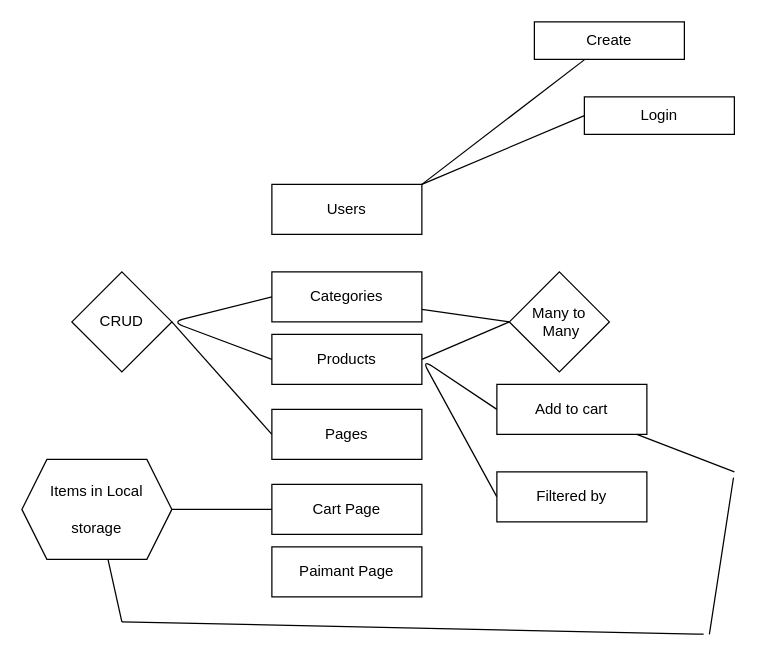
Earlier version of the draw.io diagram Untitled Diagram.drawio (Tanzorr/css3start). Source tidied: cells renumbered, new cells numbered last; positions are measured from the earlier drawing's top-left corner, leaving out a move shared by most shapes. Both pictures are drawn from the tidied source at 125%, with x=0, y=0 at pixel (21, 21).
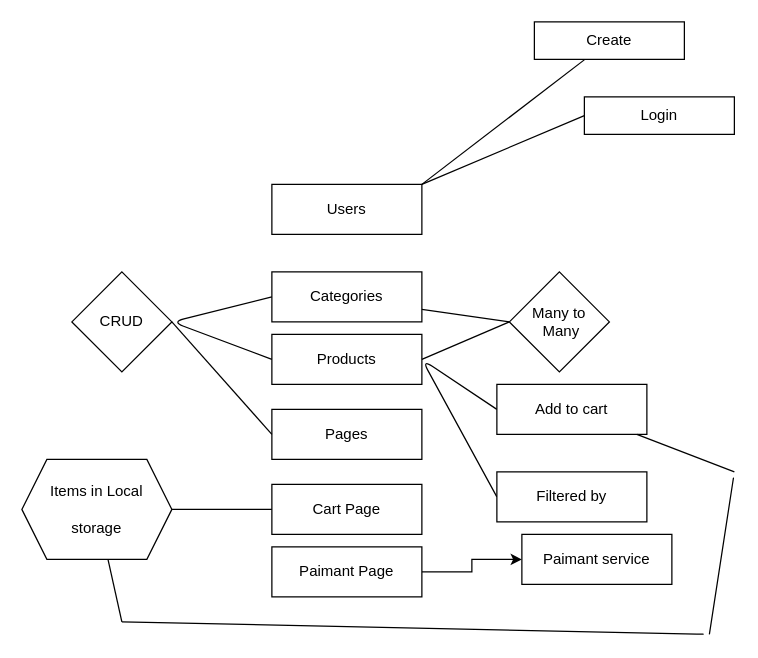
After the change.

The change refers to these unchanged cells:
```xml
<mxCell id="23" value="Paimant Page" style="whiteSpace=wrap;html=1;" parent="1" vertex="1">
  <mxGeometry x="200" y="420" width="120" height="40" as="geometry" />
</mxCell>
```

Change to the diagram source:
```diff
@@
+    <mxCell id="28" style="edgeStyle=orthogonalEdgeStyle;rounded=0;jettySize=auto;html=1;" parent="1" edge="1" source="23" target="29">
+      <mxGeometry relative="1" as="geometry" />
+    </mxCell>
@@
+    <mxCell id="29" value="Paimant service" style="whiteSpace=wrap;html=1;" parent="1" vertex="1">
+      <mxGeometry x="400" y="410" width="120" height="40" as="geometry" />
+    </mxCell>
```
